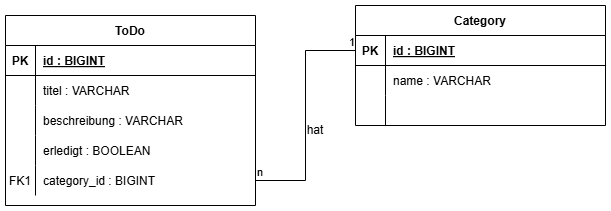
Before: SE3.drawio.png, a diagram exported from draw.io (hannaHk0/todoapp-se3). Source tidied: cells renumbered, new cells last; positions are measured from the earlier drawing's top-left corner, leaving out a move shared by most shapes.
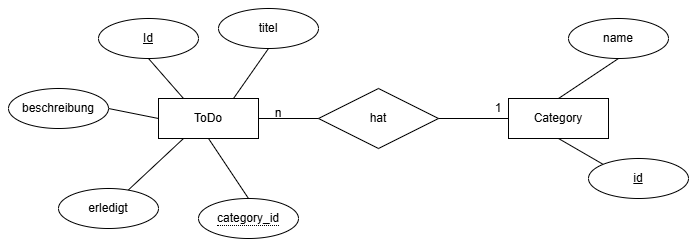
Above is the later version.

Commit message:
Anpassung Datenmodel

Diff of the diagram source:
```diff
@@ -2,95 +2,70 @@
   <root>
     <mxCell id="0" />
     <mxCell id="1" parent="0" />
+    <mxCell id="31" value="hat" style="shape=rhombus;perimeter=rhombusPerimeter;whiteSpace=wrap;html=1;align=center;" parent="1" vertex="1">
+      <mxGeometry x="220" y="80" width="120" height="60" as="geometry" />
+    </mxCell>
+    <mxCell id="32" style="rounded=0;jettySize=auto;html=1;exitX=0.5;exitY=1;exitDx=0;exitDy=0;entryX=0.5;entryY=0;entryDx=0;entryDy=0;endArrow=none;endFill=0;" parent="1" edge="1" source="12" target="47">
+      <mxGeometry relative="1" as="geometry" />
+    </mxCell>
+    <mxCell id="33" style="rounded=0;jettySize=auto;html=1;exitX=0.25;exitY=1;exitDx=0;exitDy=0;startArrow=none;startFill=0;endArrow=none;endFill=0;" parent="1" edge="1" source="12" target="44">
+      <mxGeometry relative="1" as="geometry" />
+    </mxCell>
+    <mxCell id="34" style="rounded=0;jettySize=auto;html=1;exitX=0;exitY=0.5;exitDx=0;exitDy=0;entryX=1;entryY=0.5;entryDx=0;entryDy=0;endArrow=none;endFill=0;" parent="1" edge="1" source="12" target="43">
+      <mxGeometry relative="1" as="geometry" />
+    </mxCell>
+    <mxCell id="35" style="rounded=0;jettySize=auto;html=1;exitX=0.25;exitY=0;exitDx=0;exitDy=0;entryX=0.5;entryY=1;entryDx=0;entryDy=0;endArrow=none;endFill=0;" parent="1" edge="1" source="12" target="41">
+      <mxGeometry relative="1" as="geometry" />
+    </mxCell>
+    <mxCell id="36" style="rounded=0;jettySize=auto;html=1;exitX=0.75;exitY=0;exitDx=0;exitDy=0;entryX=0.5;entryY=1;entryDx=0;entryDy=0;endArrow=none;endFill=0;" parent="1" edge="1" source="12" target="42">
+      <mxGeometry relative="1" as="geometry" />
+    </mxCell>
+    <mxCell id="12" value="ToDo" style="whiteSpace=wrap;html=1;align=center;" parent="1" vertex="1">
+      <mxGeometry x="60" y="90" width="100" height="40" as="geometry" />
+    </mxCell>
+    <mxCell id="37" style="rounded=0;jettySize=auto;html=1;exitX=0.5;exitY=0;exitDx=0;exitDy=0;entryX=0.5;entryY=1;entryDx=0;entryDy=0;endArrow=none;endFill=0;" parent="1" edge="1" source="2" target="45">
+      <mxGeometry relative="1" as="geometry" />
+    </mxCell>
+    <mxCell id="38" style="rounded=0;jettySize=auto;html=1;exitX=0.5;exitY=1;exitDx=0;exitDy=0;entryX=0;entryY=0;entryDx=0;entryDy=0;endArrow=none;endFill=0;" parent="1" edge="1" source="2" target="46">
+      <mxGeometry relative="1" as="geometry" />
+    </mxCell>
-    <mxCell id="2" value="Category" style="shape=table;startSize=30;rowLines=0;fontStyle=1;align=center;" parent="1" vertex="1">
-      <mxGeometry x="350" width="250" height="120" as="geometry" />
+    <mxCell id="2" value="Category" style="whiteSpace=wrap;html=1;align=center;" parent="1" vertex="1">
+      <mxGeometry x="410" y="90" width="100" height="40" as="geometry" />
     </mxCell>
-    <mxCell id="3" style="shape=partialRectangle;fillColor=none;points=[[0,0.5],[1,0.5]];portConstraint=eastwest;top=0;left=0;right=0;bottom=1;" parent="2" vertex="1">
-      <mxGeometry y="30" width="250" height="30" as="geometry" />
-    </mxCell>
-    <mxCell id="4" value="PK" style="shape=partialRectangle;overflow=hidden;fillColor=none;top=0;left=0;bottom=0;right=0;fontStyle=1;" parent="3" vertex="1">
-      <mxGeometry width="30" height="30" as="geometry" />
-    </mxCell>
-    <mxCell id="5" value="id : BIGINT" style="shape=partialRectangle;overflow=hidden;fillColor=none;top=0;left=0;bottom=0;right=0;align=left;spacingLeft=6;fontStyle=5;" parent="3" vertex="1">
-      <mxGeometry x="30" width="220" height="30" as="geometry" />
-    </mxCell>
-    <mxCell id="6" style="shape=partialRectangle;fillColor=none;top=0;left=0;right=0;bottom=0;" parent="2" vertex="1">
-      <mxGeometry y="60" width="250" height="30" as="geometry" />
-    </mxCell>
-    <mxCell id="7" style="shape=partialRectangle;overflow=hidden;fillColor=none;top=0;left=0;bottom=0;right=0;" parent="6" vertex="1">
-      <mxGeometry width="30" height="30" as="geometry" />
-    </mxCell>
-    <mxCell id="8" value="name : VARCHAR" style="shape=partialRectangle;overflow=hidden;fillColor=none;top=0;left=0;bottom=0;right=0;align=left;spacingLeft=6;" parent="6" vertex="1">
-      <mxGeometry x="30" width="220" height="30" as="geometry" />
-    </mxCell>
-    <mxCell id="9" style="shape=partialRectangle;fillColor=none;top=0;left=0;right=0;bottom=0;" parent="2" vertex="1">
-      <mxGeometry y="90" width="250" height="30" as="geometry" />
-    </mxCell>
-    <mxCell id="10" style="shape=partialRectangle;overflow=hidden;fillColor=none;top=0;left=0;bottom=0;right=0;" parent="9" vertex="1">
-      <mxGeometry width="30" height="30" as="geometry" />
-    </mxCell>
-    <mxCell id="11" style="shape=partialRectangle;overflow=hidden;fillColor=none;top=0;left=0;bottom=0;right=0;align=left;spacingLeft=6;" parent="9" vertex="1">
-      <mxGeometry x="30" width="220" height="30" as="geometry" />
-    </mxCell>
-    <mxCell id="12" value="ToDo" style="shape=table;startSize=30;rowLines=0;fontStyle=1;align=center;" parent="1" vertex="1">
-      <mxGeometry y="10" width="250" height="190" as="geometry" />
-    </mxCell>
-    <mxCell id="13" style="shape=partialRectangle;fillColor=none;top=0;left=0;right=0;bottom=1;" parent="12" vertex="1">
-      <mxGeometry y="30" width="250" height="30" as="geometry" />
-    </mxCell>
-    <mxCell id="14" value="PK" style="shape=partialRectangle;overflow=hidden;fillColor=none;top=0;left=0;bottom=0;right=0;fontStyle=1;" parent="13" vertex="1">
-      <mxGeometry width="30" height="30" as="geometry" />
-    </mxCell>
-    <mxCell id="15" value="id : BIGINT" style="shape=partialRectangle;overflow=hidden;fillColor=none;top=0;left=0;bottom=0;right=0;align=left;spacingLeft=6;fontStyle=5;" parent="13" vertex="1">
-      <mxGeometry x="30" width="220" height="30" as="geometry" />
-    </mxCell>
-    <mxCell id="16" style="shape=partialRectangle;fillColor=none;top=0;left=0;right=0;bottom=0;" parent="12" vertex="1">
-      <mxGeometry y="60" width="250" height="30" as="geometry" />
-    </mxCell>
-    <mxCell id="17" style="shape=partialRectangle;overflow=hidden;fillColor=none;top=0;left=0;bottom=0;right=0;" parent="16" vertex="1">
-      <mxGeometry width="30" height="30" as="geometry" />
-    </mxCell>
-    <mxCell id="18" value="titel : VARCHAR" style="shape=partialRectangle;overflow=hidden;fillColor=none;top=0;left=0;bottom=0;right=0;align=left;spacingLeft=6;" parent="16" vertex="1">
-      <mxGeometry x="30" width="220" height="30" as="geometry" />
-    </mxCell>
-    <mxCell id="19" style="shape=partialRectangle;fillColor=none;top=0;left=0;right=0;bottom=0;" parent="12" vertex="1">
-      <mxGeometry y="90" width="250" height="30" as="geometry" />
-    </mxCell>
-    <mxCell id="20" style="shape=partialRectangle;overflow=hidden;fillColor=none;top=0;left=0;bottom=0;right=0;" parent="19" vertex="1">
-      <mxGeometry width="30" height="30" as="geometry" />
-    </mxCell>
-    <mxCell id="21" value="beschreibung : VARCHAR" style="shape=partialRectangle;overflow=hidden;fillColor=none;top=0;left=0;bottom=0;right=0;align=left;spacingLeft=6;" parent="19" vertex="1">
-      <mxGeometry x="30" width="220" height="30" as="geometry" />
-    </mxCell>
-    <mxCell id="22" style="shape=partialRectangle;fillColor=none;top=0;left=0;right=0;bottom=0;" parent="12" vertex="1">
-      <mxGeometry y="120" width="250" height="30" as="geometry" />
-    </mxCell>
-    <mxCell id="23" style="shape=partialRectangle;overflow=hidden;fillColor=none;top=0;left=0;bottom=0;right=0;" parent="22" vertex="1">
-      <mxGeometry width="30" height="30" as="geometry" />
-    </mxCell>
-    <mxCell id="24" value="erledigt : BOOLEAN" style="shape=partialRectangle;overflow=hidden;fillColor=none;top=0;left=0;bottom=0;right=0;align=left;spacingLeft=6;" parent="22" vertex="1">
-      <mxGeometry x="30" width="220" height="30" as="geometry" />
-    </mxCell>
-    <mxCell id="25" style="shape=partialRectangle;fillColor=none;points=[[0,0.5],[1,0.5]];portConstraint=eastwest;top=0;left=0;right=0;bottom=0;" parent="12" vertex="1">
-      <mxGeometry y="150" width="250" height="30" as="geometry" />
-    </mxCell>
-    <mxCell id="26" value="FK1" style="shape=partialRectangle;overflow=hidden;fillColor=none;top=0;left=0;bottom=0;right=0;" parent="25" vertex="1">
-      <mxGeometry width="30" height="30" as="geometry" />
-    </mxCell>
-    <mxCell id="27" value="category_id : BIGINT" style="shape=partialRectangle;overflow=hidden;fillColor=none;top=0;left=0;bottom=0;right=0;align=left;spacingLeft=6;" parent="25" vertex="1">
-      <mxGeometry x="30" width="220" height="30" as="geometry" />
-    </mxCell>
-    <mxCell id="28" style="endArrow=none;html=1;edgeStyle=orthogonalEdgeStyle;rounded=0;exitX=1;exitY=0.5;exitDx=0;exitDy=0;entryX=0;entryY=0.5;entryDx=0;entryDy=0;" parent="1" edge="1" source="25" target="3">
-      <mxGeometry relative="1" as="geometry" />
-    </mxCell>
+    <mxCell id="39" style="endArrow=none;html=1;rounded=0;exitX=1;exitY=0.5;exitDx=0;exitDy=0;entryX=0;entryY=0.5;entryDx=0;entryDy=0;" parent="1" edge="1" source="12" target="31">
+      <mxGeometry relative="1" as="geometry" />
+    </mxCell>
+    <mxCell id="40" style="endArrow=none;html=1;rounded=0;entryX=0;entryY=0.5;entryDx=0;entryDy=0;" parent="1" edge="1" target="2">
+      <mxGeometry relative="1" as="geometry">
+        <mxPoint x="340" y="110" as="sourcePoint" />
+      </mxGeometry>
+    </mxCell>
+    <mxCell id="41" value="Id" style="ellipse;whiteSpace=wrap;html=1;align=center;fontStyle=4;" parent="1" vertex="1">
+      <mxGeometry y="10" width="100" height="40" as="geometry" />
+    </mxCell>
+    <mxCell id="42" value="titel" style="ellipse;whiteSpace=wrap;html=1;align=center;" parent="1" vertex="1">
+      <mxGeometry x="120" width="100" height="40" as="geometry" />
+    </mxCell>
+    <mxCell id="43" value="beschreibung" style="ellipse;whiteSpace=wrap;html=1;align=center;" parent="1" vertex="1">
+      <mxGeometry x="-90" y="80" width="100" height="40" as="geometry" />
+    </mxCell>
+    <mxCell id="44" value="erledigt" style="ellipse;whiteSpace=wrap;html=1;align=center;" parent="1" vertex="1">
+      <mxGeometry x="-40" y="180" width="100" height="40" as="geometry" />
+    </mxCell>
+    <mxCell id="45" value="name" style="ellipse;whiteSpace=wrap;html=1;align=center;" parent="1" vertex="1">
+      <mxGeometry x="470" y="10" width="100" height="40" as="geometry" />
+    </mxCell>
+    <mxCell id="46" value="id" style="ellipse;whiteSpace=wrap;html=1;align=center;fontStyle=4;" parent="1" vertex="1">
+      <mxGeometry x="490" y="150" width="100" height="40" as="geometry" />
+    </mxCell>
+    <mxCell id="47" value="&lt;span style=&quot;border-bottom: 1px dotted;&quot;&gt;category_id&lt;/span&gt;" style="ellipse;whiteSpace=wrap;html=1;align=center;" parent="1" vertex="1">
+      <mxGeometry x="100" y="190" width="100" height="40" as="geometry" />
+    </mxCell>
-    <mxCell id="29" value="n" style="edgeLabel;html=1;align=left;verticalAlign=bottom;" parent="28" vertex="1">
-      <mxGeometry x="-1" relative="1" as="geometry" />
+    <mxCell id="29" value="n" style="text;html=1;whiteSpace=wrap;strokeColor=none;fillColor=none;align=center;verticalAlign=middle;rounded=0;" parent="1" vertex="1">
+      <mxGeometry x="150" y="90" width="60" height="30" as="geometry" />
     </mxCell>
-    <mxCell id="30" value="1" style="edgeLabel;html=1;align=right;verticalAlign=bottom;" parent="28" vertex="1">
-      <mxGeometry x="1" relative="1" as="geometry" />
+    <mxCell id="30" value="1" style="text;html=1;whiteSpace=wrap;strokeColor=none;fillColor=none;align=center;verticalAlign=middle;rounded=0;" parent="1" vertex="1">
+      <mxGeometry x="370" y="85" width="60" height="30" as="geometry" />
     </mxCell>
-    <mxCell id="31" value="hat" style="text;html=1;whiteSpace=wrap;strokeColor=none;fillColor=none;align=center;verticalAlign=middle;rounded=0;" parent="1" vertex="1">
-      <mxGeometry x="280" y="110" width="60" height="30" as="geometry" />
-    </mxCell>
   </root>
 </mxGraphModel>
```
